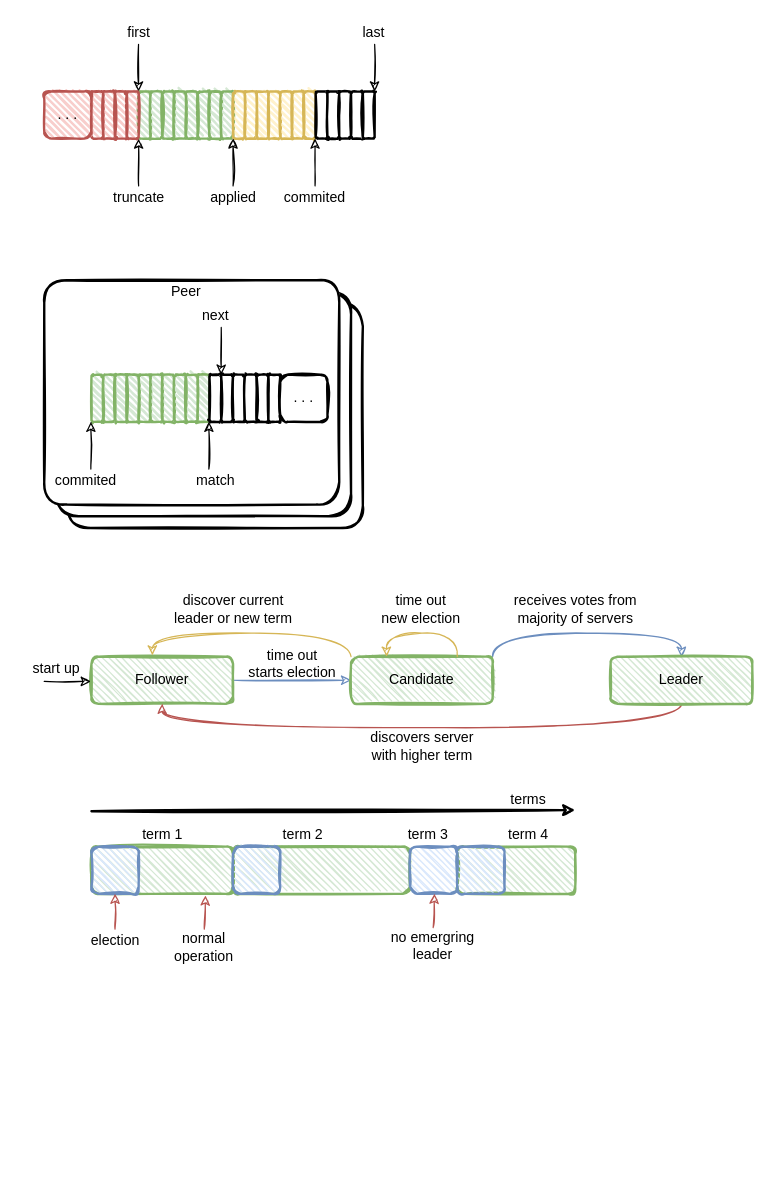
Before: consensus/raft.drawio in EarthWind/deeparch, a draw.io diagram. Source tidied: cells renumbered, new cells numbered last; positions are measured from the earlier drawing's top-left corner, leaving out a move shared by most shapes. Both pictures are drawn from the tidied source at 118%, with x=0, y=0 at pixel (20, 20).
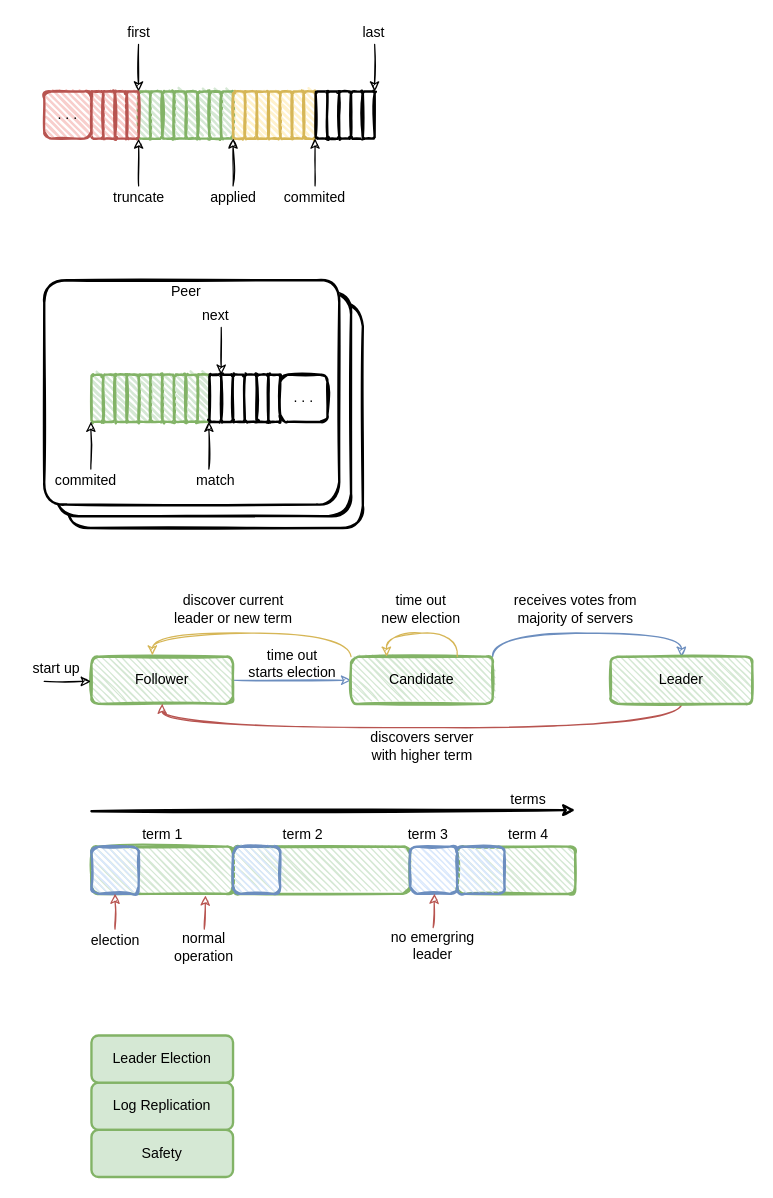
The same diagram, later.

Change to the diagram source:
```diff
@@
+    <mxCell id="98" value="Log Replication" style="rounded=1;whiteSpace=wrap;html=1;strokeWidth=2;fillWeight=1;hachureGap=4;hachureAngle=45;sketch=0;fontSize=12;fillColor=#d5e8d4;strokeColor=#82b366;" parent="1" vertex="1">
+      <mxGeometry x="60" y="900" width="120" height="40" as="geometry" />
+    </mxCell>
+    <mxCell id="99" value="Leader Election" style="rounded=1;whiteSpace=wrap;html=1;strokeWidth=2;fillWeight=1;hachureGap=4;hachureAngle=45;sketch=0;fontSize=12;fillColor=#d5e8d4;strokeColor=#82b366;" parent="1" vertex="1">
+      <mxGeometry x="60" y="860" width="120" height="40" as="geometry" />
+    </mxCell>
+    <mxCell id="100" value="Safety" style="rounded=1;whiteSpace=wrap;html=1;strokeWidth=2;fillWeight=1;hachureGap=4;hachureAngle=45;sketch=0;fontSize=12;fillColor=#d5e8d4;strokeColor=#82b366;" parent="1" vertex="1">
+      <mxGeometry x="60" y="940" width="120" height="40" as="geometry" />
+    </mxCell>
```
